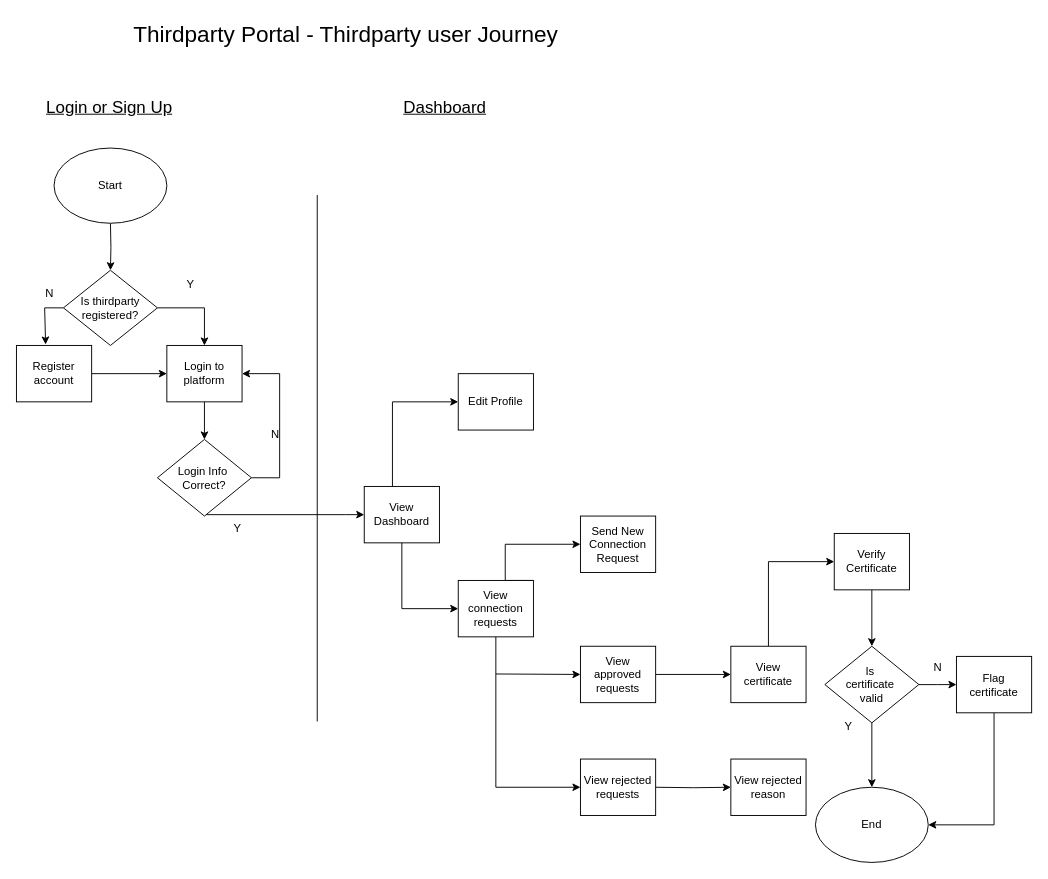
Earlier version of the draw.io diagram Thirdpaty Portal.drawio (SifisoMzansi/architecture-diagrams). Source tidied: cells renumbered, new cells numbered last; positions are measured from the earlier drawing's top-left corner, leaving out a move shared by most shapes. Both pictures are drawn from the tidied source at 94%, with x=0, y=0 at pixel (16, 16).
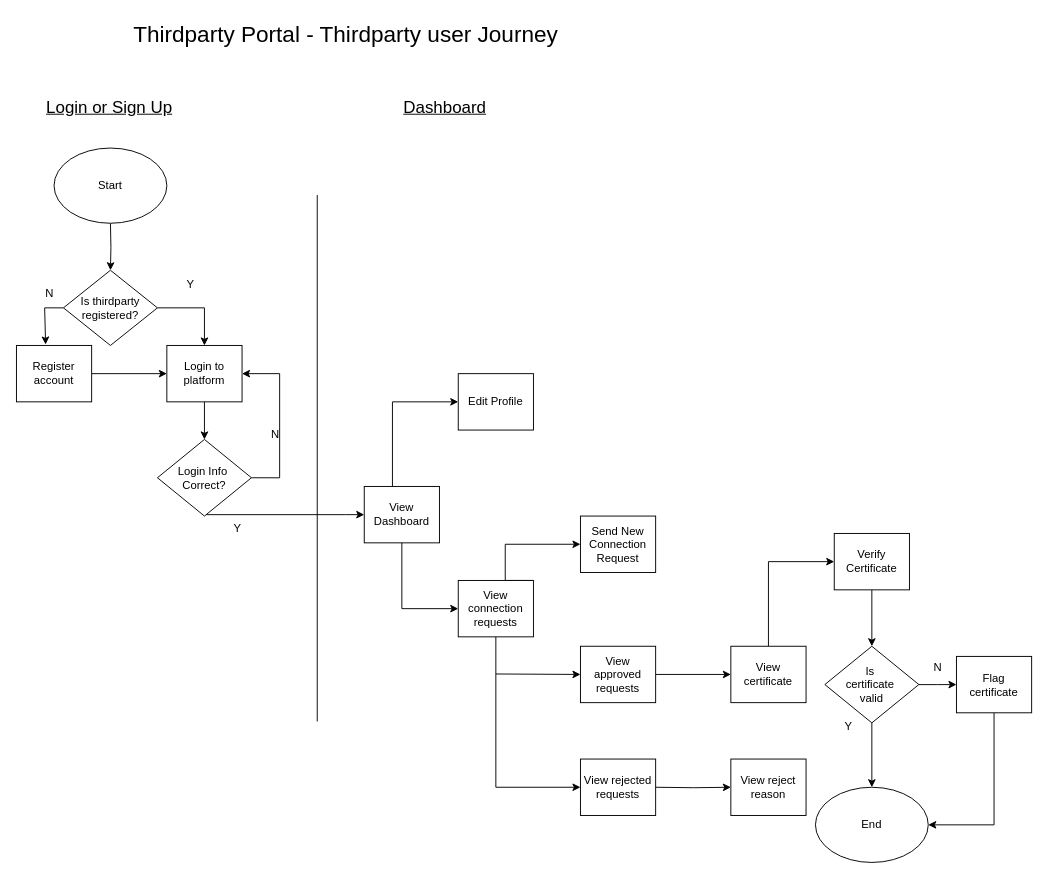
The same page after the edit.

Diff of the diagram source:
```diff
@@
-    <mxCell id="38" value="View rejected reason" style="rounded=0;whiteSpace=wrap;html=1;" parent="1" vertex="1">
+    <mxCell id="38" value="View reject reason" style="rounded=0;whiteSpace=wrap;html=1;" parent="1" vertex="1">
       <mxGeometry x="760" y="790" width="80" height="60" as="geometry" />
     </mxCell>
```
